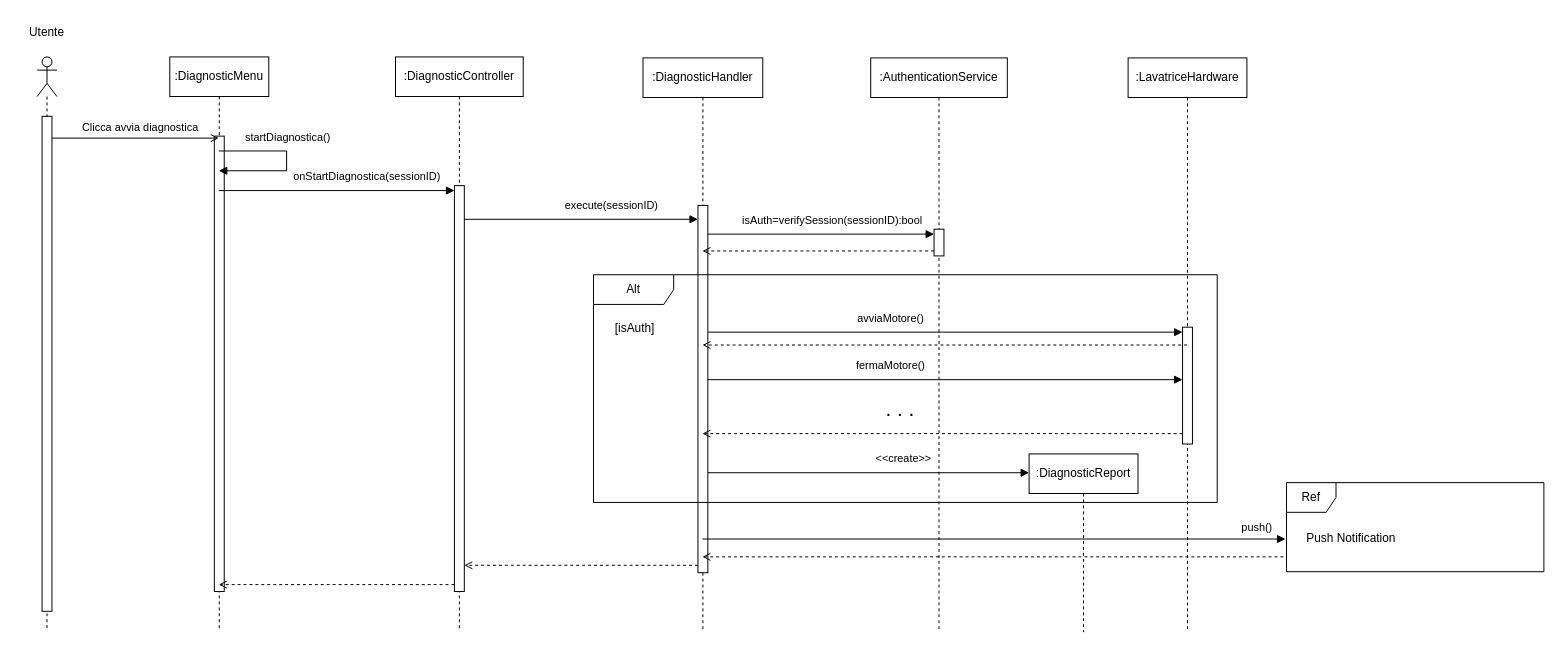
Earlier version of the draw.io diagram content/seq/seqDiagnostic.drawio (uni-aca100/ing-proj). Source tidied: cells renumbered, new cells numbered last; positions are measured from the earlier drawing's top-left corner, leaving out a move shared by most shapes. Both pictures are drawn from the tidied source at 99%, with x=0, y=0 at pixel (17, 17).
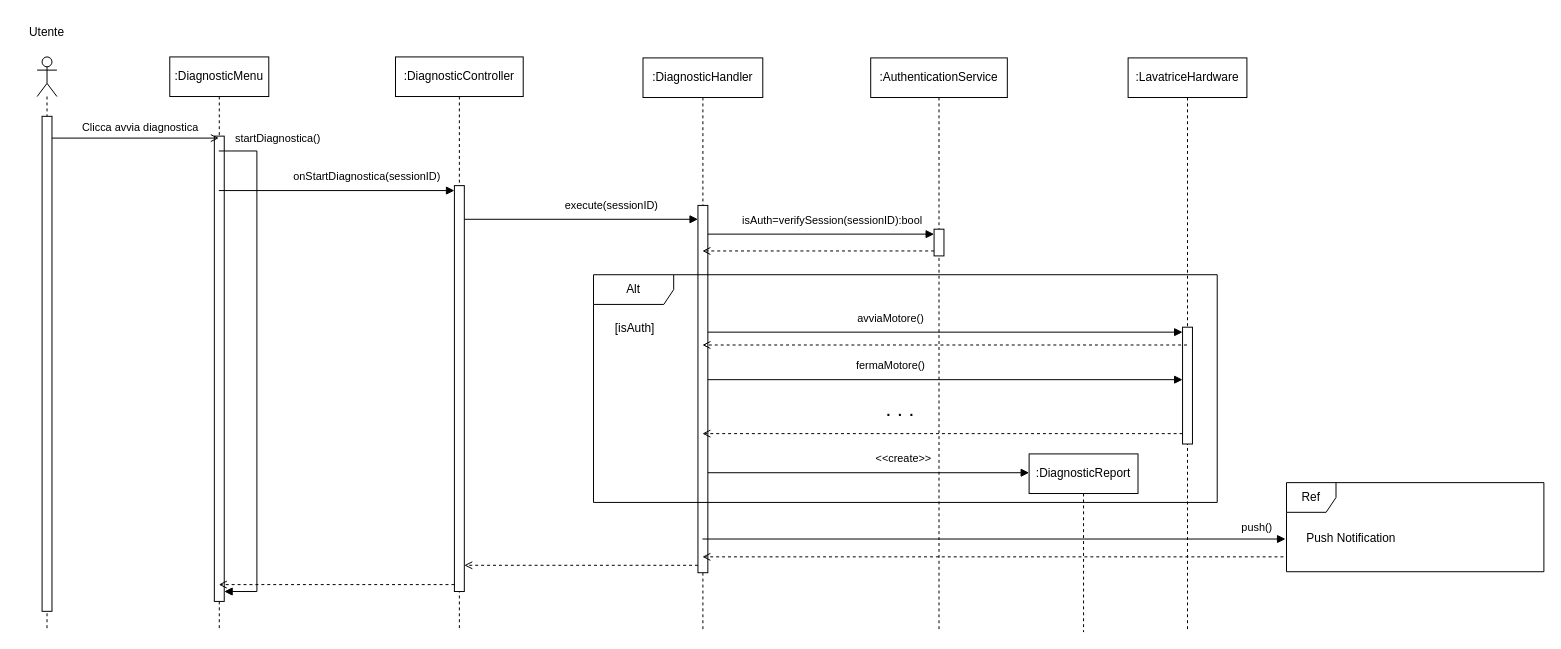
The same diagram, later.

The change refers to these unchanged cells:
```xml
<mxCell id="4" value=":DiagnosticMenu" style="shape=umlLifeline;perimeter=lifelinePerimeter;whiteSpace=wrap;html=1;outlineConnect=0;portConstraint=eastwest;newEdgeStyle={&quot;curved&quot;:0,&quot;rounded&quot;:0};" parent="1" vertex="1">
  <mxGeometry x="154" y="40" width="100" height="580" as="geometry" />
</mxCell>
```

The edit, as a diff of the source:
```diff
@@
     <mxCell id="5" style="html=1;points=[[0,0,0,0,5],[0,1,0,0,-5],[1,0,0,0,5],[1,1,0,0,-5]];perimeter=orthogonalPerimeter;outlineConnect=0;targetShapes=umlLifeline;portConstraint=eastwest;newEdgeStyle={&quot;curved&quot;:0,&quot;rounded&quot;:0};" parent="4" vertex="1">
-      <mxGeometry x="45" y="80" width="10" height="460" as="geometry" />
+      <mxGeometry x="45" y="80" width="10" height="470" as="geometry" />
     </mxCell>
@@
-    <mxCell id="20" style="html=1;verticalAlign=bottom;labelBackgroundColor=none;endArrow=block;endFill=1;rounded=0;" parent="1" edge="1">
+    <mxCell id="20" style="html=1;verticalAlign=bottom;labelBackgroundColor=none;endArrow=block;endFill=1;rounded=0;" parent="1" edge="1" target="5">
       <mxGeometry relative="1" as="geometry">
         <mxPoint x="203.5" y="135" as="sourcePoint" />
-        <mxPoint x="203.5" y="155" as="targetPoint" />
         <Array as="points">
-          <mxPoint x="272" y="135" />
-          <mxPoint x="272" y="155" />
+          <mxPoint x="242" y="135" />
+          <mxPoint x="242" y="580" />
         </Array>
       </mxGeometry>
     </mxCell>
     <mxCell id="21" value="startDiagnostica()" style="edgeLabel;html=1;align=center;verticalAlign=middle;" parent="20" vertex="1">
       <mxGeometry x="-0.34" relative="1" as="geometry">
-        <mxPoint x="17" y="-15" as="offset" />
+        <mxPoint x="20" y="-145" as="offset" />
       </mxGeometry>
     </mxCell>
```
